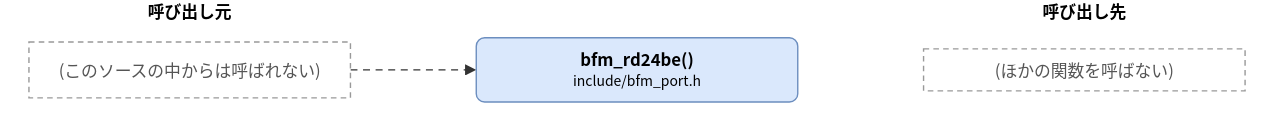
Earlier version of the draw.io export doc/spec/images/call_include_bfm_port-bfm_rd24be.drawio.svg (hf355051012-ai/bfmem). Source tidied: cells renumbered, new cells last; positions are measured from the earlier drawing's top-left corner, leaving out a move shared by most shapes. The source it was exported from:
```xml
<mxGraphModel>
  <root>
    <mxCell id="0" />
    <mxCell id="1" parent="0" />
    <mxCell id="2" value="bfm_rd24be()&lt;br&gt;&lt;font style=&quot;font-size:10px&quot;&gt;include/bfm_port.h&lt;/font&gt;" style="rounded=1;whiteSpace=wrap;html=1;fillColor=#dae8fc;strokeColor=#6c8ebf;fontStyle=1;" parent="1" vertex="1">
      <mxGeometry x="320" y="27" width="230" height="46" as="geometry" />
    </mxCell>
    <mxCell id="3" value="(このソースの中からは呼ばれない)" style="rounded=0;whiteSpace=wrap;html=1;dashed=1;strokeColor=#999999;fontColor=#555555;dashed=1;" parent="1" vertex="1">
      <mxGeometry y="30" width="230" height="40" as="geometry" />
    </mxCell>
    <mxCell id="4" value="(ほかの関数を呼ばない)" style="rounded=0;whiteSpace=wrap;html=1;dashed=1;strokeColor=#999999;fontColor=#555555;dashed=1;" parent="1" vertex="1">
      <mxGeometry x="640" y="35" width="230" height="30" as="geometry" />
    </mxCell>
    <mxCell id="5" style="edgeStyle=none;html=1;rounded=0;endArrow=block;endFill=1;exitX=1.0000;exitY=0.5000;exitDx=0;exitDy=0;exitPerimeter=0;entryX=0.0000;entryY=0.5000;entryDx=0;entryDy=0;entryPerimeter=0;dashed=1;" parent="1" edge="1" source="3" target="2">
      <mxGeometry relative="1" as="geometry" />
    </mxCell>
    <mxCell id="6" value="呼び出し元" style="text;html=1;align=center;fontStyle=1;" parent="1" vertex="1">
      <mxGeometry x="35" width="160" height="18" as="geometry" />
    </mxCell>
    <mxCell id="7" value="呼び出し先" style="text;html=1;align=center;fontStyle=1;" parent="1" vertex="1">
      <mxGeometry x="675" width="160" height="18" as="geometry" />
    </mxCell>
  </root>
</mxGraphModel>
```
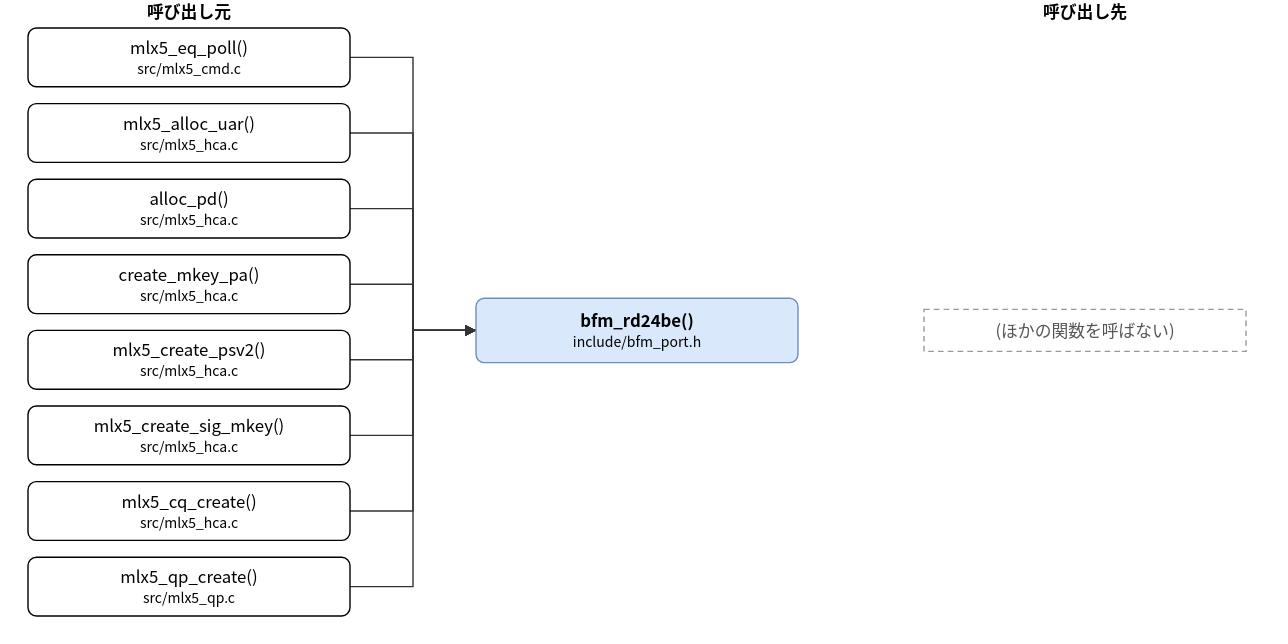
Above is the later version.

Change to the diagram source:
```diff
@@ -3,17 +3,99 @@
     <mxCell id="0" />
     <mxCell id="1" parent="0" />
     <mxCell id="2" value="bfm_rd24be()&lt;br&gt;&lt;font style=&quot;font-size:10px&quot;&gt;include/bfm_port.h&lt;/font&gt;" style="rounded=1;whiteSpace=wrap;html=1;fillColor=#dae8fc;strokeColor=#6c8ebf;fontStyle=1;" parent="1" vertex="1">
-      <mxGeometry x="320" y="27" width="230" height="46" as="geometry" />
+      <mxGeometry x="320" y="213" width="230" height="46" as="geometry" />
     </mxCell>
-    <mxCell id="3" value="(このソースの中からは呼ばれない)" style="rounded=0;whiteSpace=wrap;html=1;dashed=1;strokeColor=#999999;fontColor=#555555;dashed=1;" parent="1" vertex="1">
-      <mxGeometry y="30" width="230" height="40" as="geometry" />
+    <mxCell id="3" value="mlx5_eq_poll()&lt;br&gt;&lt;font style=&quot;font-size:10px&quot;&gt;src/mlx5_cmd.c&lt;/font&gt;" style="rounded=1;whiteSpace=wrap;html=1;" parent="1" vertex="1">
+      <mxGeometry y="20" width="230" height="42" as="geometry" />
     </mxCell>
+    <mxCell id="8" value="mlx5_alloc_uar()&lt;br&gt;&lt;font style=&quot;font-size:10px&quot;&gt;src/mlx5_hca.c&lt;/font&gt;" style="rounded=1;whiteSpace=wrap;html=1;" parent="1" vertex="1">
+      <mxGeometry y="74" width="230" height="42" as="geometry" />
+    </mxCell>
+    <mxCell id="9" value="alloc_pd()&lt;br&gt;&lt;font style=&quot;font-size:10px&quot;&gt;src/mlx5_hca.c&lt;/font&gt;" style="rounded=1;whiteSpace=wrap;html=1;" parent="1" vertex="1">
+      <mxGeometry y="128" width="230" height="42" as="geometry" />
+    </mxCell>
+    <mxCell id="10" value="create_mkey_pa()&lt;br&gt;&lt;font style=&quot;font-size:10px&quot;&gt;src/mlx5_hca.c&lt;/font&gt;" style="rounded=1;whiteSpace=wrap;html=1;" parent="1" vertex="1">
+      <mxGeometry y="182" width="230" height="42" as="geometry" />
+    </mxCell>
+    <mxCell id="11" value="mlx5_create_psv2()&lt;br&gt;&lt;font style=&quot;font-size:10px&quot;&gt;src/mlx5_hca.c&lt;/font&gt;" style="rounded=1;whiteSpace=wrap;html=1;" parent="1" vertex="1">
+      <mxGeometry y="236" width="230" height="42" as="geometry" />
+    </mxCell>
+    <mxCell id="12" value="mlx5_create_sig_mkey()&lt;br&gt;&lt;font style=&quot;font-size:10px&quot;&gt;src/mlx5_hca.c&lt;/font&gt;" style="rounded=1;whiteSpace=wrap;html=1;" parent="1" vertex="1">
+      <mxGeometry y="290" width="230" height="42" as="geometry" />
+    </mxCell>
+    <mxCell id="13" value="mlx5_cq_create()&lt;br&gt;&lt;font style=&quot;font-size:10px&quot;&gt;src/mlx5_hca.c&lt;/font&gt;" style="rounded=1;whiteSpace=wrap;html=1;" parent="1" vertex="1">
+      <mxGeometry y="344" width="230" height="42" as="geometry" />
+    </mxCell>
+    <mxCell id="14" value="mlx5_qp_create()&lt;br&gt;&lt;font style=&quot;font-size:10px&quot;&gt;src/mlx5_qp.c&lt;/font&gt;" style="rounded=1;whiteSpace=wrap;html=1;" parent="1" vertex="1">
+      <mxGeometry y="398" width="230" height="42" as="geometry" />
+    </mxCell>
     <mxCell id="4" value="(ほかの関数を呼ばない)" style="rounded=0;whiteSpace=wrap;html=1;dashed=1;strokeColor=#999999;fontColor=#555555;dashed=1;" parent="1" vertex="1">
-      <mxGeometry x="640" y="35" width="230" height="30" as="geometry" />
+      <mxGeometry x="640" y="221" width="230" height="30" as="geometry" />
     </mxCell>
-    <mxCell id="5" style="edgeStyle=none;html=1;rounded=0;endArrow=block;endFill=1;exitX=1.0000;exitY=0.5000;exitDx=0;exitDy=0;exitPerimeter=0;entryX=0.0000;entryY=0.5000;entryDx=0;entryDy=0;entryPerimeter=0;dashed=1;" parent="1" edge="1" source="3" target="2">
-      <mxGeometry relative="1" as="geometry" />
+    <mxCell id="5" style="edgeStyle=none;html=1;rounded=0;endArrow=block;endFill=1;exitX=1.0000;exitY=0.5000;exitDx=0;exitDy=0;exitPerimeter=0;entryX=0.0000;entryY=0.5000;entryDx=0;entryDy=0;entryPerimeter=0;" parent="1" edge="1" source="3" target="2">
+      <mxGeometry relative="1" as="geometry">
+        <Array as="points">
+          <mxPoint x="275" y="41" />
+          <mxPoint x="275" y="236" />
+        </Array>
+      </mxGeometry>
     </mxCell>
+    <mxCell id="15" style="edgeStyle=none;html=1;rounded=0;endArrow=block;endFill=1;exitX=1.0000;exitY=0.5000;exitDx=0;exitDy=0;exitPerimeter=0;entryX=0.0000;entryY=0.5000;entryDx=0;entryDy=0;entryPerimeter=0;" parent="1" edge="1" source="8" target="2">
+      <mxGeometry relative="1" as="geometry">
+        <Array as="points">
+          <mxPoint x="275" y="95" />
+          <mxPoint x="275" y="236" />
+        </Array>
+      </mxGeometry>
+    </mxCell>
+    <mxCell id="16" style="edgeStyle=none;html=1;rounded=0;endArrow=block;endFill=1;exitX=1.0000;exitY=0.5000;exitDx=0;exitDy=0;exitPerimeter=0;entryX=0.0000;entryY=0.5000;entryDx=0;entryDy=0;entryPerimeter=0;" parent="1" edge="1" source="9" target="2">
+      <mxGeometry relative="1" as="geometry">
+        <Array as="points">
+          <mxPoint x="275" y="149" />
+          <mxPoint x="275" y="236" />
+        </Array>
+      </mxGeometry>
+    </mxCell>
+    <mxCell id="17" style="edgeStyle=none;html=1;rounded=0;endArrow=block;endFill=1;exitX=1.0000;exitY=0.5000;exitDx=0;exitDy=0;exitPerimeter=0;entryX=0.0000;entryY=0.5000;entryDx=0;entryDy=0;entryPerimeter=0;" parent="1" edge="1" source="10" target="2">
+      <mxGeometry relative="1" as="geometry">
+        <Array as="points">
+          <mxPoint x="275" y="203" />
+          <mxPoint x="275" y="236" />
+        </Array>
+      </mxGeometry>
+    </mxCell>
+    <mxCell id="18" style="edgeStyle=none;html=1;rounded=0;endArrow=block;endFill=1;exitX=1.0000;exitY=0.5000;exitDx=0;exitDy=0;exitPerimeter=0;entryX=0.0000;entryY=0.5000;entryDx=0;entryDy=0;entryPerimeter=0;" parent="1" edge="1" source="11" target="2">
+      <mxGeometry relative="1" as="geometry">
+        <Array as="points">
+          <mxPoint x="275" y="257" />
+          <mxPoint x="275" y="236" />
+        </Array>
+      </mxGeometry>
+    </mxCell>
+    <mxCell id="19" style="edgeStyle=none;html=1;rounded=0;endArrow=block;endFill=1;exitX=1.0000;exitY=0.5000;exitDx=0;exitDy=0;exitPerimeter=0;entryX=0.0000;entryY=0.5000;entryDx=0;entryDy=0;entryPerimeter=0;" parent="1" edge="1" source="12" target="2">
+      <mxGeometry relative="1" as="geometry">
+        <Array as="points">
+          <mxPoint x="275" y="311" />
+          <mxPoint x="275" y="236" />
+        </Array>
+      </mxGeometry>
+    </mxCell>
+    <mxCell id="20" style="edgeStyle=none;html=1;rounded=0;endArrow=block;endFill=1;exitX=1.0000;exitY=0.5000;exitDx=0;exitDy=0;exitPerimeter=0;entryX=0.0000;entryY=0.5000;entryDx=0;entryDy=0;entryPerimeter=0;" parent="1" edge="1" source="13" target="2">
+      <mxGeometry relative="1" as="geometry">
+        <Array as="points">
+          <mxPoint x="275" y="365" />
+          <mxPoint x="275" y="236" />
+        </Array>
+      </mxGeometry>
+    </mxCell>
+    <mxCell id="21" style="edgeStyle=none;html=1;rounded=0;endArrow=block;endFill=1;exitX=1.0000;exitY=0.5000;exitDx=0;exitDy=0;exitPerimeter=0;entryX=0.0000;entryY=0.5000;entryDx=0;entryDy=0;entryPerimeter=0;" parent="1" edge="1" source="14" target="2">
+      <mxGeometry relative="1" as="geometry">
+        <Array as="points">
+          <mxPoint x="275" y="419" />
+          <mxPoint x="275" y="236" />
+        </Array>
+      </mxGeometry>
+    </mxCell>
     <mxCell id="6" value="呼び出し元" style="text;html=1;align=center;fontStyle=1;" parent="1" vertex="1">
       <mxGeometry x="35" width="160" height="18" as="geometry" />
     </mxCell>
```
